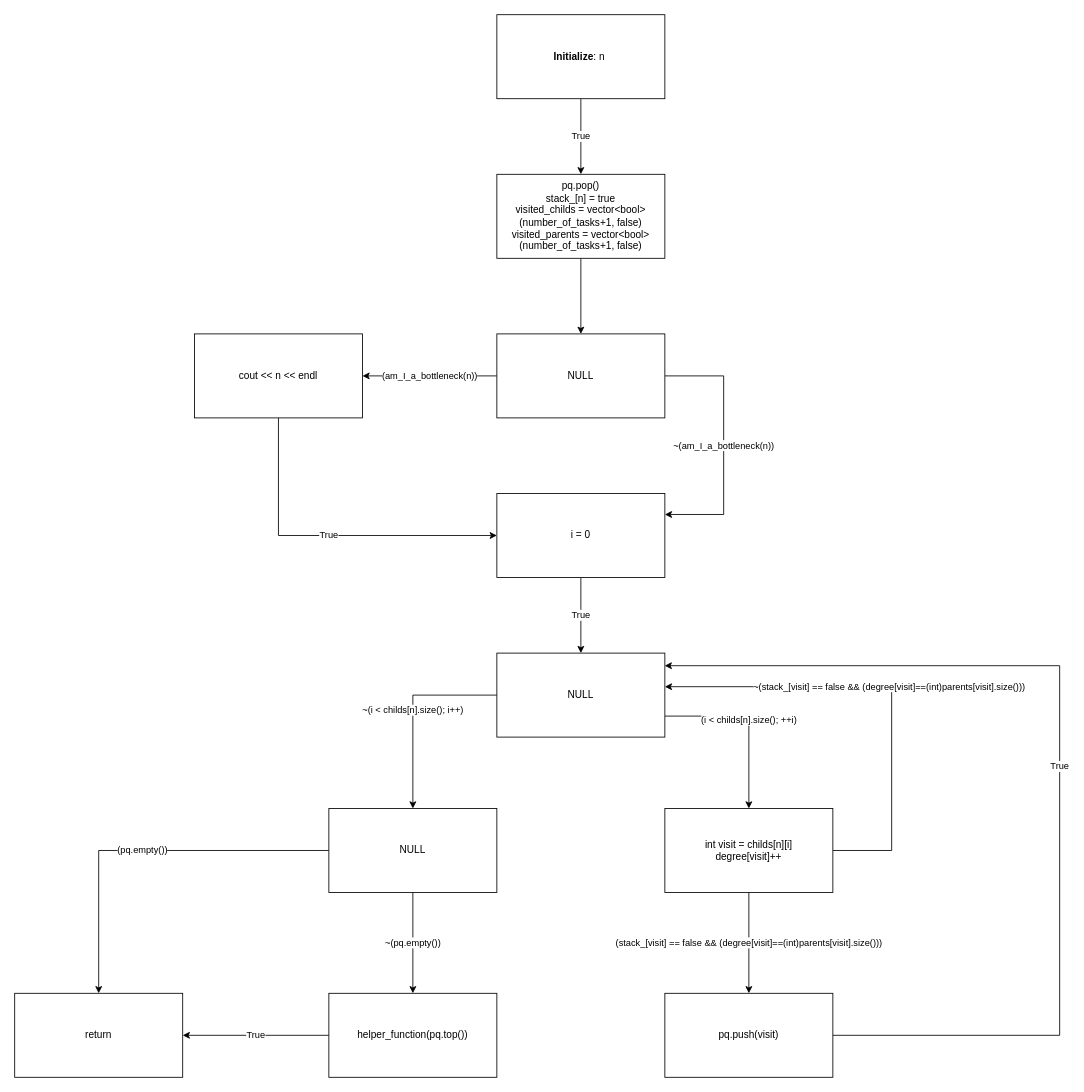
Earlier version of the draw.io diagram part2/diagrams/data_flow/helper_function.drawio (Squalexy/QCS-Project). Source tidied: cells renumbered, new cells numbered last; positions are measured from the earlier drawing's top-left corner, leaving out a move shared by most shapes. Both pictures are drawn from the tidied source at 84%, with x=0, y=0 at pixel (14, 14).
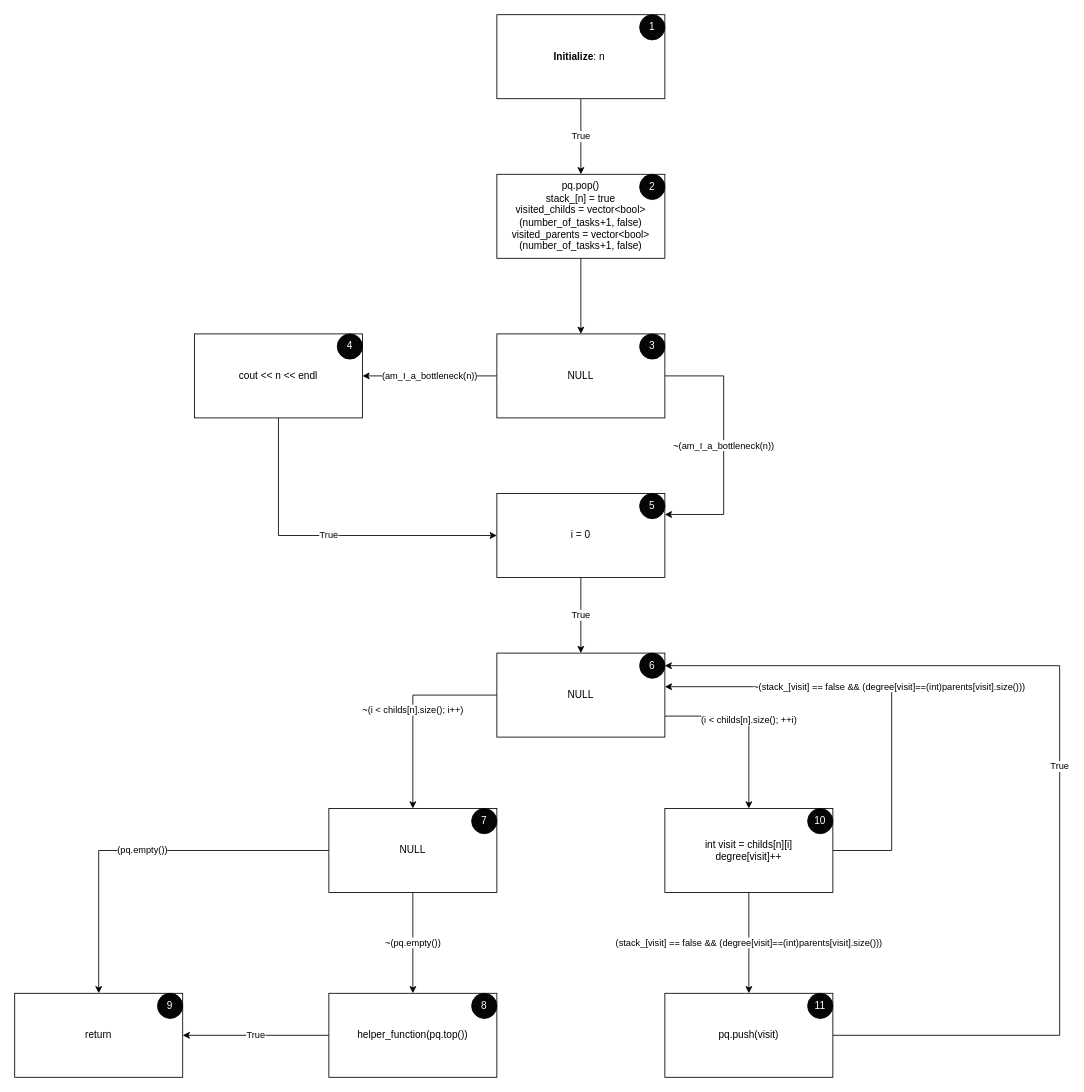
The same diagram, later.

Diff of the diagram source:
```diff
@@
+    <mxCell id="27" value="1" style="ellipse;whiteSpace=wrap;html=1;fillColor=#050505;fontColor=#FFFFFF;" parent="1" vertex="1">
+      <mxGeometry x="744" width="30" height="30" as="geometry" />
+    </mxCell>
+    <mxCell id="28" value="2" style="ellipse;whiteSpace=wrap;html=1;fillColor=#050505;fontColor=#FFFFFF;" parent="1" vertex="1">
+      <mxGeometry x="744" y="190" width="30" height="30" as="geometry" />
+    </mxCell>
+    <mxCell id="29" value="3" style="ellipse;whiteSpace=wrap;html=1;fillColor=#050505;fontColor=#FFFFFF;" parent="1" vertex="1">
+      <mxGeometry x="744" y="380" width="30" height="30" as="geometry" />
+    </mxCell>
+    <mxCell id="30" value="4" style="ellipse;whiteSpace=wrap;html=1;fillColor=#050505;fontColor=#FFFFFF;" parent="1" vertex="1">
+      <mxGeometry x="384" y="380" width="30" height="30" as="geometry" />
+    </mxCell>
+    <mxCell id="31" value="5" style="ellipse;whiteSpace=wrap;html=1;fillColor=#050505;fontColor=#FFFFFF;" parent="1" vertex="1">
+      <mxGeometry x="744" y="570" width="30" height="30" as="geometry" />
+    </mxCell>
+    <mxCell id="32" value="6" style="ellipse;whiteSpace=wrap;html=1;fillColor=#050505;fontColor=#FFFFFF;" parent="1" vertex="1">
+      <mxGeometry x="744" y="760" width="30" height="30" as="geometry" />
+    </mxCell>
+    <mxCell id="33" value="7" style="ellipse;whiteSpace=wrap;html=1;fillColor=#050505;fontColor=#FFFFFF;" parent="1" vertex="1">
+      <mxGeometry x="544" y="945" width="30" height="30" as="geometry" />
+    </mxCell>
+    <mxCell id="34" value="8" style="ellipse;whiteSpace=wrap;html=1;fillColor=#050505;fontColor=#FFFFFF;" parent="1" vertex="1">
+      <mxGeometry x="544" y="1165" width="30" height="30" as="geometry" />
+    </mxCell>
+    <mxCell id="35" value="9" style="ellipse;whiteSpace=wrap;html=1;fillColor=#050505;fontColor=#FFFFFF;" parent="1" vertex="1">
+      <mxGeometry x="170" y="1165" width="30" height="30" as="geometry" />
+    </mxCell>
+    <mxCell id="36" value="10" style="ellipse;whiteSpace=wrap;html=1;fillColor=#050505;fontColor=#FFFFFF;" parent="1" vertex="1">
+      <mxGeometry x="944" y="945" width="30" height="30" as="geometry" />
+    </mxCell>
+    <mxCell id="37" value="11" style="ellipse;whiteSpace=wrap;html=1;fillColor=#050505;fontColor=#FFFFFF;" parent="1" vertex="1">
+      <mxGeometry x="944" y="1165" width="30" height="30" as="geometry" />
+    </mxCell>
```
